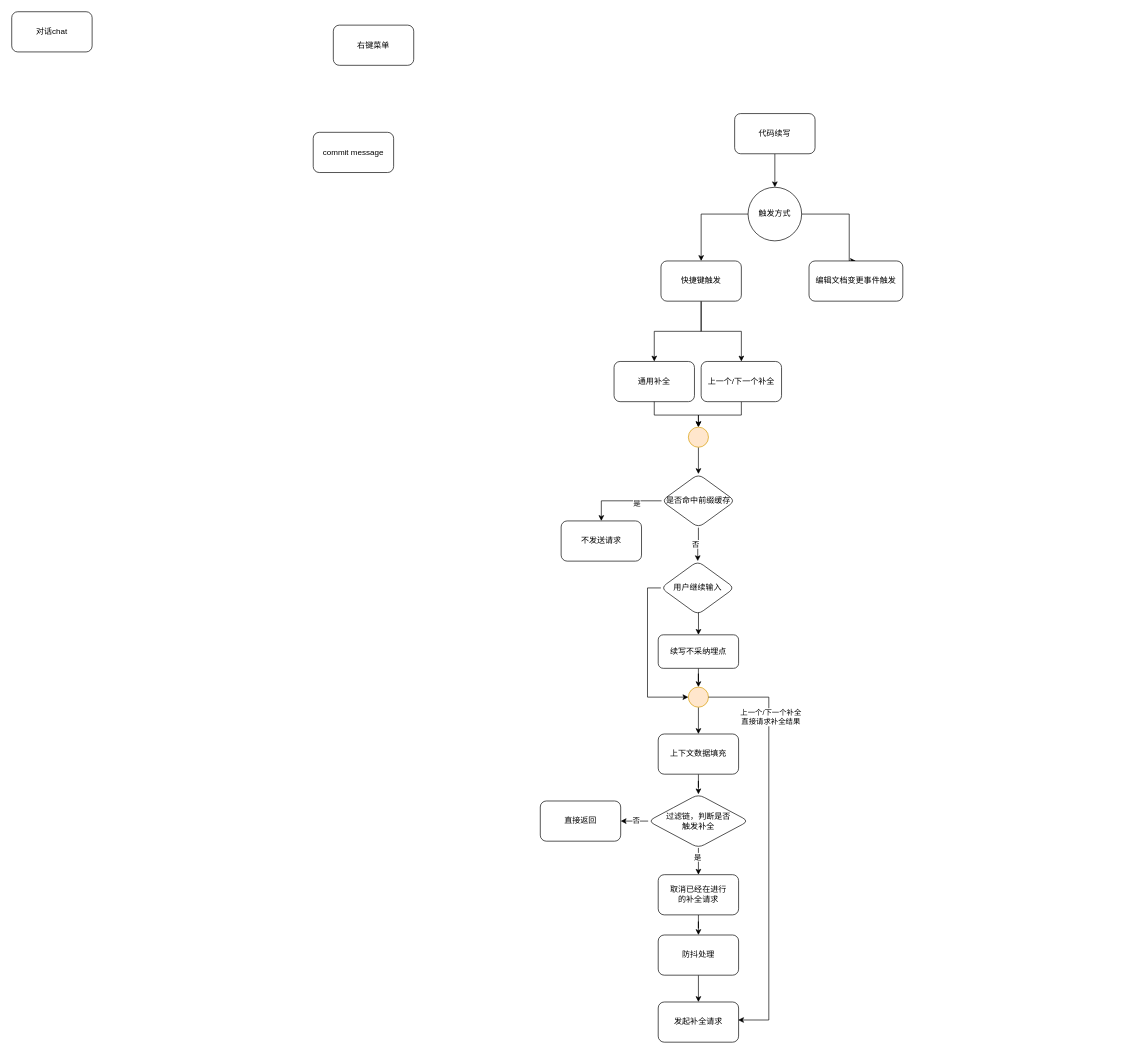
Above: page "流程图" (1 of 2) of Hipilot插件开发.drawio in msb8080/my-diagrams (draw.io), before the change. Source tidied: cells renumbered, new cells numbered last; positions are measured from the earlier drawing's top-left corner, leaving out a move shared by most shapes. Both pictures are drawn from the tidied source at 67%, with x=0, y=0 at pixel (11, 11).
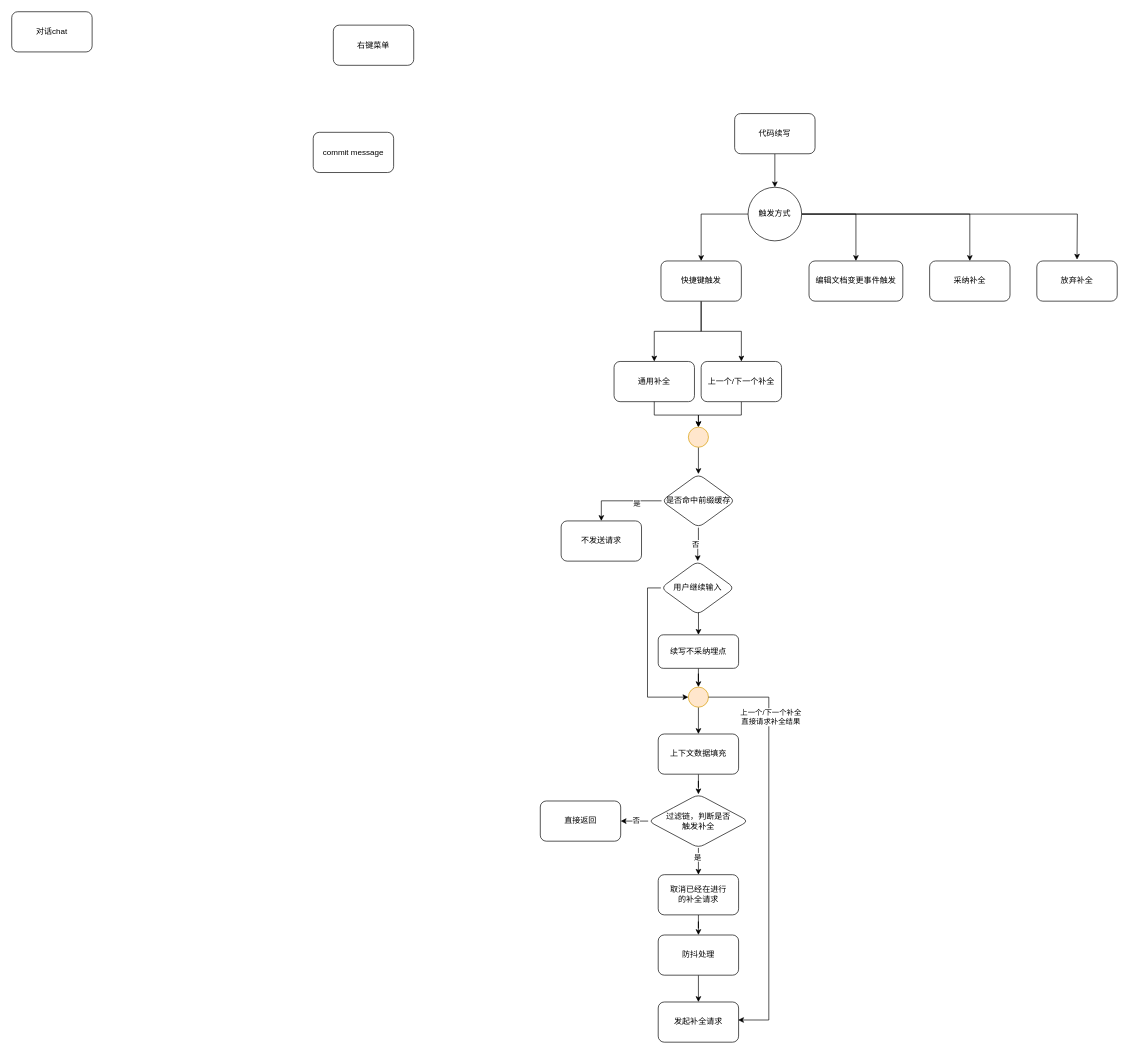
Above is the later version.

The change refers to these unchanged cells:
```xml
<mxCell id="8" value="触发方式" style="ellipse;whiteSpace=wrap;html=1;" parent="1" vertex="1">
  <mxGeometry x="1099" y="262" width="80" height="80" as="geometry" />
</mxCell>
<mxCell id="12" value="编辑文档变更事件触发" style="rounded=1;whiteSpace=wrap;html=1;" parent="1" vertex="1">
  <mxGeometry x="1190" y="372" width="140" height="60" as="geometry" />
</mxCell>
```

What changed in the source:
```diff
@@
     <mxCell id="7" style="edgeStyle=orthogonalEdgeStyle;rounded=0;jettySize=auto;html=1;entryX=0.5;entryY=0;entryDx=0;entryDy=0;" parent="1" edge="1" source="8" target="12">
       <mxGeometry relative="1" as="geometry">
         <Array as="points">
-          <mxPoint x="1250" y="302" />
+          <mxPoint x="1260" y="302" />
         </Array>
       </mxGeometry>
     </mxCell>
+    <mxCell id="48" style="edgeStyle=orthogonalEdgeStyle;rounded=0;jettySize=auto;html=1;entryX=0.5;entryY=0;entryDx=0;entryDy=0;" parent="1" edge="1" source="8" target="50">
+      <mxGeometry relative="1" as="geometry" />
+    </mxCell>
+    <mxCell id="49" style="edgeStyle=orthogonalEdgeStyle;rounded=0;jettySize=auto;html=1;" parent="1" edge="1" source="8">
+      <mxGeometry relative="1" as="geometry">
+        <mxPoint x="1590" y="370" as="targetPoint" />
+      </mxGeometry>
+    </mxCell>
@@
+    <mxCell id="50" value="采纳补全" style="rounded=1;whiteSpace=wrap;html=1;" parent="1" vertex="1">
+      <mxGeometry x="1370" y="372" width="120" height="60" as="geometry" />
+    </mxCell>
+    <mxCell id="51" value="放弃补全" style="rounded=1;whiteSpace=wrap;html=1;" parent="1" vertex="1">
+      <mxGeometry x="1530" y="372" width="120" height="60" as="geometry" />
+    </mxCell>
```
